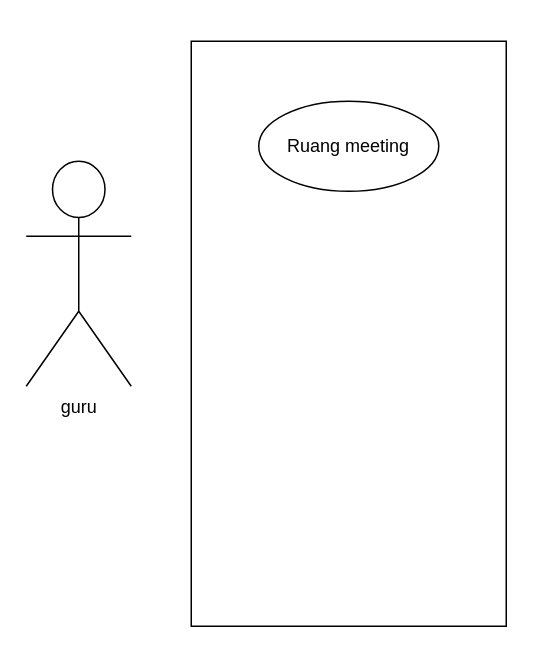
Above: page "Page-2" (2 of 2) of sistem poin.drawio in SaniSahrulMuharam/flow-dan-use-case (draw.io), before the change. Source tidied: cells renumbered, new cells numbered last; positions are measured from the earlier drawing's top-left corner, leaving out a move shared by most shapes. Both pictures are drawn from the tidied source at 150%, with x=0, y=0 at pixel (26, 40).
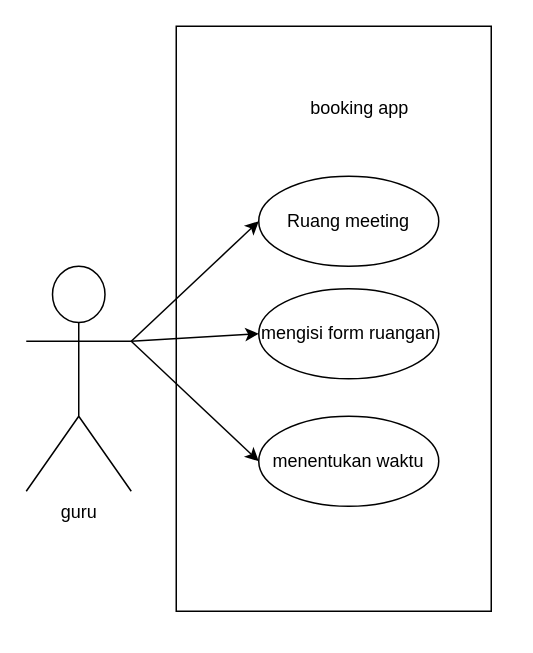
After the change.

The edit, as a diff of the source:
```diff
@@
 <mxGraphModel>
   <root>
     <mxCell id="0" />
     <mxCell id="1" parent="0" />
     <mxCell id="2" style="rounded=0;whiteSpace=wrap;html=1;" parent="1" vertex="1">
-      <mxGeometry x="110" width="210" height="390" as="geometry" />
+      <mxGeometry x="100" y="-10" width="210" height="390" as="geometry" />
     </mxCell>
     <mxCell id="3" value="guru" style="shape=umlActor;verticalLabelPosition=bottom;verticalAlign=top;html=1;outlineConnect=0;" parent="1" vertex="1">
-      <mxGeometry y="80" width="70" height="150" as="geometry" />
+      <mxGeometry y="150" width="70" height="150" as="geometry" />
     </mxCell>
     <mxCell id="4" value="Ruang meeting" style="ellipse;whiteSpace=wrap;html=1;" parent="1" vertex="1">
-      <mxGeometry x="155" y="40" width="120" height="60" as="geometry" />
+      <mxGeometry x="155" y="90" width="120" height="60" as="geometry" />
     </mxCell>
+    <mxCell id="5" value="mengisi form ruangan" style="ellipse;whiteSpace=wrap;html=1;" parent="1" vertex="1">
+      <mxGeometry x="155" y="165" width="120" height="60" as="geometry" />
+    </mxCell>
+    <mxCell id="6" value="menentukan waktu" style="ellipse;whiteSpace=wrap;html=1;" parent="1" vertex="1">
+      <mxGeometry x="155" y="250" width="120" height="60" as="geometry" />
+    </mxCell>
+    <mxCell id="7" style="endArrow=classic;html=1;rounded=0;exitX=1;exitY=0.3333333333333333;exitDx=0;exitDy=0;exitPerimeter=0;entryX=0;entryY=0.5;entryDx=0;entryDy=0;" parent="1" edge="1" source="3" target="4">
+      <mxGeometry relative="1" as="geometry" />
+    </mxCell>
+    <mxCell id="8" style="endArrow=classic;html=1;rounded=0;exitX=1;exitY=0.3333333333333333;exitDx=0;exitDy=0;exitPerimeter=0;entryX=0;entryY=0.5;entryDx=0;entryDy=0;" parent="1" edge="1" source="3" target="5">
+      <mxGeometry relative="1" as="geometry" />
+    </mxCell>
+    <mxCell id="9" style="endArrow=classic;html=1;rounded=0;exitX=1;exitY=0.3333333333333333;exitDx=0;exitDy=0;exitPerimeter=0;entryX=0;entryY=0.5;entryDx=0;entryDy=0;" parent="1" edge="1" source="3" target="6">
+      <mxGeometry relative="1" as="geometry" />
+    </mxCell>
+    <mxCell id="10" value="booking app" style="text;html=1;strokeColor=none;fillColor=none;align=center;verticalAlign=middle;whiteSpace=wrap;rounded=0;" parent="1" vertex="1">
+      <mxGeometry x="175" y="30" width="95" height="30" as="geometry" />
+    </mxCell>
   </root>
 </mxGraphModel>
```
